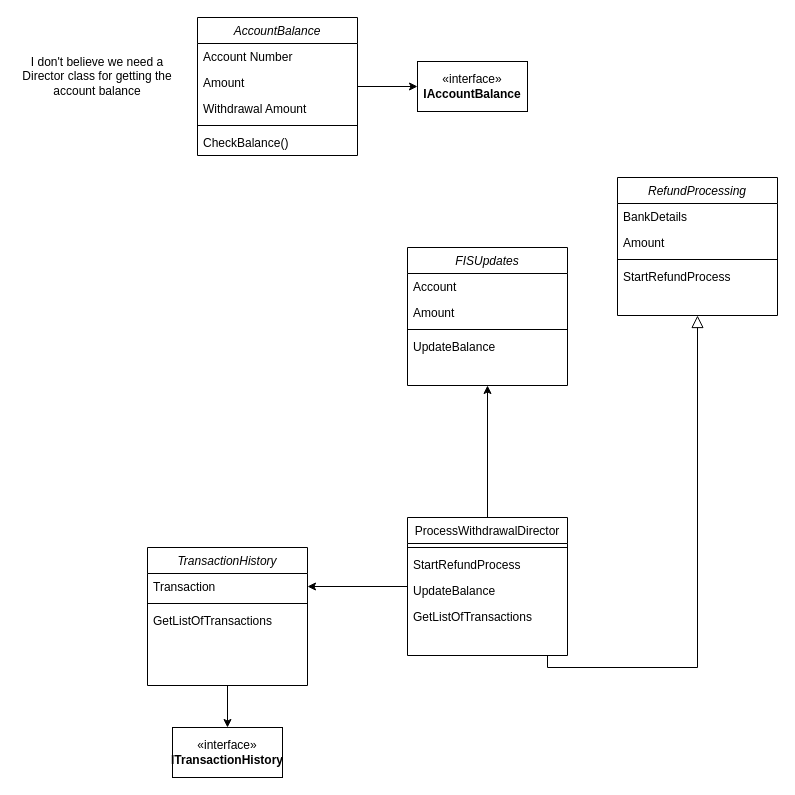
Earlier version of the draw.io diagram CashWithdrawalsClassDiagram.drawio (mattwatts36/drawings). Source tidied: cells renumbered, new cells numbered last; positions are measured from the earlier drawing's top-left corner, leaving out a move shared by most shapes. Both pictures are drawn from the tidied source at 100%, with x=0, y=0 at pixel (17, 17).
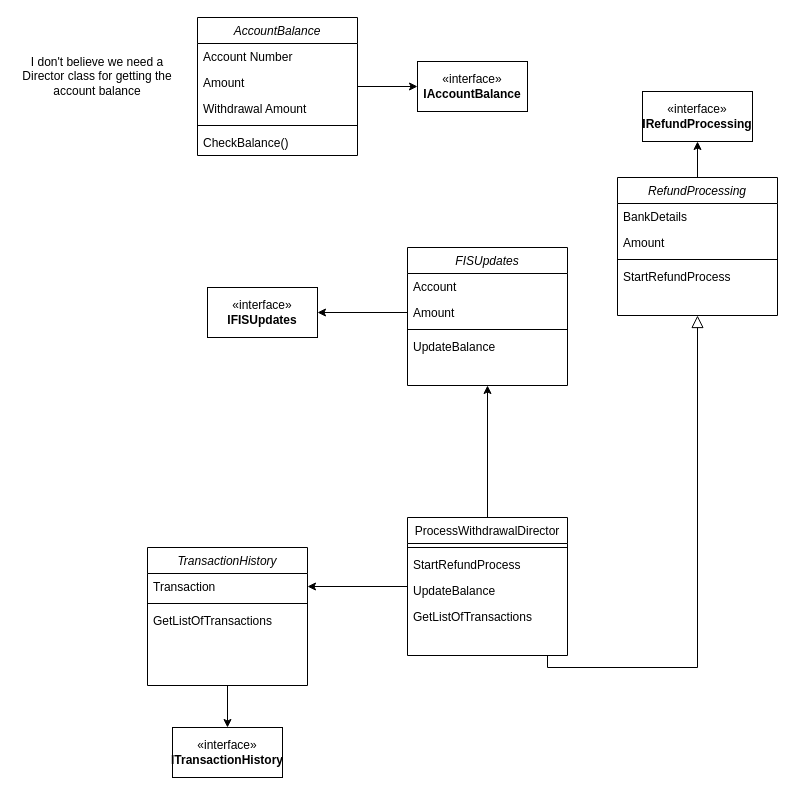
After the change.

Commit message:
added processing interface

Unchanged cells that the change refers to:
```xml
<mxCell id="9" value="RefundProcessing" style="swimlane;fontStyle=2;align=center;verticalAlign=top;horizontal=1;startSize=26;rounded=0;shadow=0;strokeWidth=1;" parent="1" vertex="1">
  <mxGeometry x="600" y="160" width="160" height="138" as="geometry" />
</mxCell>
<mxCell id="24" value="Amount" style="text;align=left;verticalAlign=top;spacingLeft=4;spacingRight=4;overflow=hidden;points=[[0,0.5],[1,0.5]];portConstraint=eastwest;rounded=0;shadow=0;html=0;" parent="22" vertex="1">
  <mxGeometry y="52" width="160" height="26" as="geometry" />
</mxCell>
```

The edit, as a diff of the source:
```diff
@@
+    <mxCell id="35" style="edgeStyle=orthogonalEdgeStyle;rounded=0;jettySize=auto;html=1;" parent="1" edge="1" source="9" target="38">
+      <mxGeometry relative="1" as="geometry" />
+    </mxCell>
@@
+    <mxCell id="36" value="«interface»&lt;br&gt;&lt;b&gt;IFISUpdates&lt;/b&gt;" style="html=1;whiteSpace=wrap;" parent="1" vertex="1">
+      <mxGeometry x="190" y="270" width="110" height="50" as="geometry" />
+    </mxCell>
+    <mxCell id="37" style="edgeStyle=orthogonalEdgeStyle;rounded=0;jettySize=auto;html=1;exitX=0;exitY=0.5;exitDx=0;exitDy=0;entryX=1;entryY=0.5;entryDx=0;entryDy=0;" parent="1" edge="1" source="24" target="36">
+      <mxGeometry relative="1" as="geometry" />
+    </mxCell>
+    <mxCell id="38" value="«interface»&lt;br&gt;&lt;b&gt;IRefundProcessing&lt;/b&gt;" style="html=1;whiteSpace=wrap;" parent="1" vertex="1">
+      <mxGeometry x="625" y="74" width="110" height="50" as="geometry" />
+    </mxCell>
```
